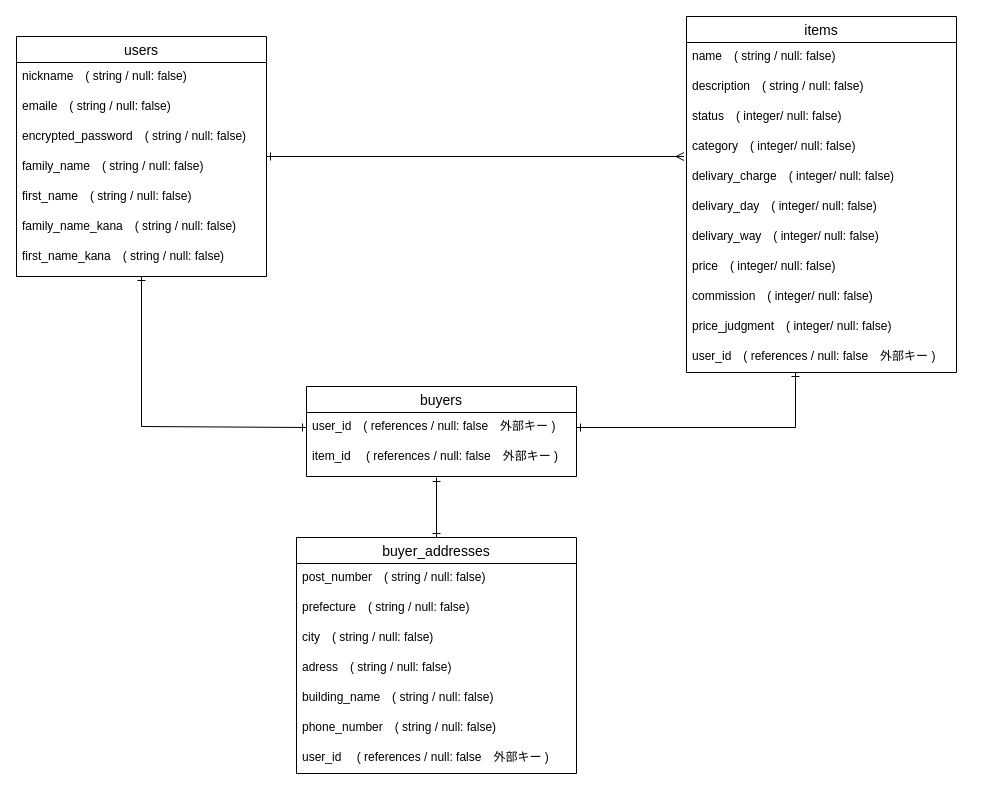
This is ER.dio from yusukeishi/furima-36740, a draw.io file, before an edit. Source tidied: cells renumbered, new cells numbered last; positions are measured from the earlier drawing's top-left corner, leaving out a move shared by most shapes. Both pictures are drawn from the tidied source at 100%, with x=0, y=0 at pixel (16, 16).
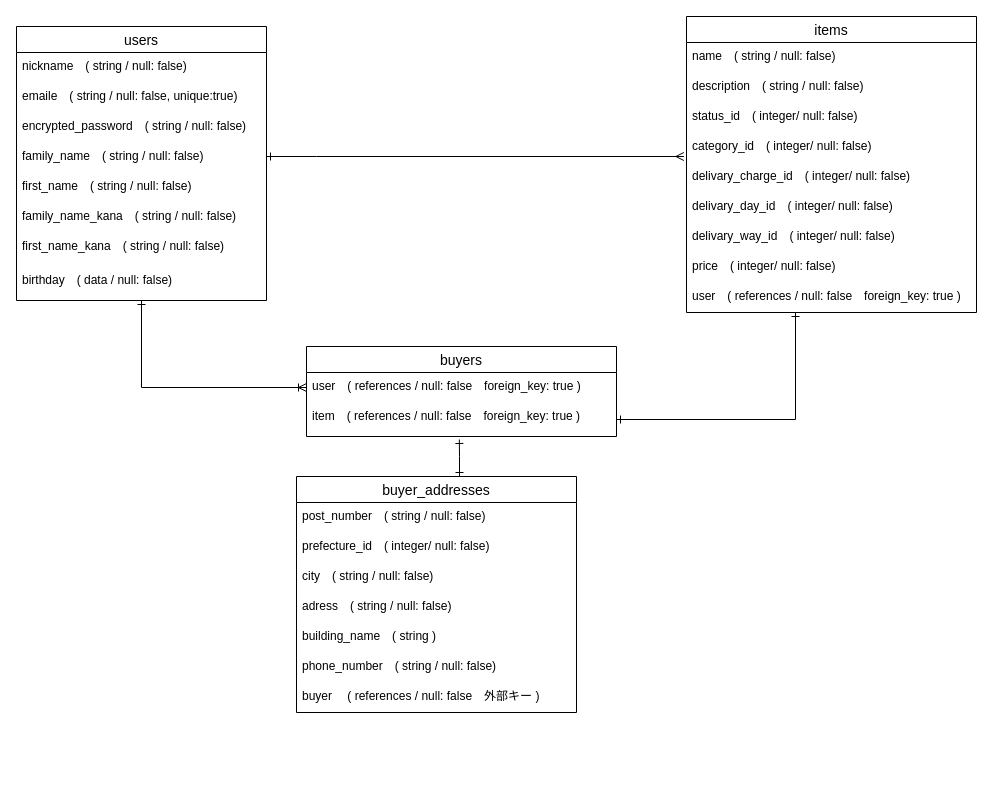
The same diagram, later.

Commit message (it also covers changes not shown here):
データベース作成　２

Diff of the diagram source:
```diff
@@
     <mxCell id="2" style="edgeStyle=orthogonalEdgeStyle;rounded=0;jettySize=auto;html=1;fontSize=14;endArrow=ERmany;endFill=0;entryX=-0.009;entryY=0.8;entryDx=0;entryDy=0;entryPerimeter=0;startArrow=ERone;startFill=0;" parent="1" edge="1" source="4" target="17">
-      <mxGeometry relative="1" as="geometry" />
+      <mxGeometry relative="1" as="geometry">
+        <Array as="points">
+          <mxPoint x="300" y="140" />
+          <mxPoint x="300" y="140" />
+        </Array>
+      </mxGeometry>
     </mxCell>
-    <mxCell id="3" style="edgeStyle=orthogonalEdgeStyle;rounded=0;jettySize=auto;html=1;fontSize=14;startArrow=ERone;startFill=0;endArrow=ERone;endFill=0;entryX=0;entryY=0.5;entryDx=0;entryDy=0;" parent="1" edge="1" source="4" target="35">
+    <mxCell id="3" style="edgeStyle=orthogonalEdgeStyle;rounded=0;jettySize=auto;html=1;fontSize=14;startArrow=ERone;startFill=0;endArrow=ERoneToMany;endFill=0;entryX=0;entryY=0.5;entryDx=0;entryDy=0;" parent="1" edge="1" source="4" target="35">
       <mxGeometry relative="1" as="geometry">
         <Array as="points">
-          <mxPoint x="125" y="410" />
+          <mxPoint x="125" y="371" />
         </Array>
       </mxGeometry>
     </mxCell>
     <mxCell id="4" value="users" style="swimlane;fontStyle=0;horizontal=1;startSize=26;align=center;fontSize=14;shadow=0;" parent="1" vertex="1">
-      <mxGeometry y="20" width="250" height="240" as="geometry" />
+      <mxGeometry y="10" width="250" height="274" as="geometry" />
     </mxCell>
@@
-    <mxCell id="6" value="emaile　( string / null: false)" style="text;strokeColor=none;fillColor=none;spacingLeft=4;spacingRight=4;overflow=hidden;fontSize=12;" parent="4" vertex="1">
+    <mxCell id="6" value="emaile　( string / null: false, unique:true)" style="text;strokeColor=none;fillColor=none;spacingLeft=4;spacingRight=4;overflow=hidden;fontSize=12;" parent="4" vertex="1">
       <mxGeometry y="56" width="250" height="30" as="geometry" />
     </mxCell>
@@
+    <mxCell id="37" value="birthday　( data / null: false)" style="text;strokeColor=none;fillColor=none;spacingLeft=4;spacingRight=4;overflow=hidden;fontSize=12;" parent="4" vertex="1">
+      <mxGeometry y="240" width="250" height="34" as="geometry" />
+    </mxCell>
-    <mxCell id="12" style="edgeStyle=orthogonalEdgeStyle;rounded=0;jettySize=auto;html=1;fontSize=14;startArrow=ERone;startFill=0;endArrow=ERone;endFill=0;entryX=1;entryY=0.5;entryDx=0;entryDy=0;" parent="1" edge="1" source="13" target="35">
+    <mxCell id="12" style="edgeStyle=orthogonalEdgeStyle;rounded=0;jettySize=auto;html=1;fontSize=14;startArrow=ERone;startFill=0;endArrow=ERone;endFill=0;entryX=1;entryY=0.5;entryDx=0;entryDy=0;" parent="1" edge="1" source="13" target="36">
       <mxGeometry relative="1" as="geometry">
         <Array as="points">
-          <mxPoint x="779" y="411" />
+          <mxPoint x="779" y="403" />
         </Array>
       </mxGeometry>
     </mxCell>
     <mxCell id="13" value="items" style="swimlane;fontStyle=0;horizontal=1;startSize=26;align=center;fontSize=14;shadow=0;" parent="1" vertex="1">
-      <mxGeometry x="670" width="270" height="356" as="geometry" />
+      <mxGeometry x="670" width="290" height="296" as="geometry" />
     </mxCell>
     <mxCell id="14" value="name　( string / null: false)" style="text;strokeColor=none;fillColor=none;spacingLeft=4;spacingRight=4;overflow=hidden;fontSize=12;" parent="13" vertex="1">
-      <mxGeometry y="26" width="270" height="30" as="geometry" />
+      <mxGeometry y="26" width="290" height="30" as="geometry" />
     </mxCell>
     <mxCell id="15" value="description　( string / null: false)" style="text;strokeColor=none;fillColor=none;spacingLeft=4;spacingRight=4;overflow=hidden;fontSize=12;" parent="13" vertex="1">
-      <mxGeometry y="56" width="270" height="30" as="geometry" />
+      <mxGeometry y="56" width="290" height="30" as="geometry" />
     </mxCell>
-    <mxCell id="16" value="status　( integer/ null: false)" style="text;strokeColor=none;fillColor=none;spacingLeft=4;spacingRight=4;overflow=hidden;fontSize=12;" parent="13" vertex="1">
-      <mxGeometry y="86" width="270" height="30" as="geometry" />
+    <mxCell id="16" value="status_id　( integer/ null: false)" style="text;strokeColor=none;fillColor=none;spacingLeft=4;spacingRight=4;overflow=hidden;fontSize=12;" parent="13" vertex="1">
+      <mxGeometry y="86" width="290" height="30" as="geometry" />
     </mxCell>
-    <mxCell id="17" value="category　( integer/ null: false)" style="text;strokeColor=none;fillColor=none;spacingLeft=4;spacingRight=4;overflow=hidden;points=[[0,0.5],[1,0.5]];portConstraint=eastwest;fontSize=12;" parent="13" vertex="1">
-      <mxGeometry y="116" width="270" height="30" as="geometry" />
+    <mxCell id="17" value="category_id　( integer/ null: false)" style="text;strokeColor=none;fillColor=none;spacingLeft=4;spacingRight=4;overflow=hidden;points=[[0,0.5],[1,0.5]];portConstraint=eastwest;fontSize=12;" parent="13" vertex="1">
+      <mxGeometry y="116" width="290" height="30" as="geometry" />
     </mxCell>
-    <mxCell id="18" value="delivary_charge　( integer/ null: false)&#10;　" style="text;strokeColor=none;fillColor=none;spacingLeft=4;spacingRight=4;overflow=hidden;fontSize=12;" parent="13" vertex="1">
-      <mxGeometry y="146" width="270" height="30" as="geometry" />
+    <mxCell id="18" value="delivary_charge_id　( integer/ null: false)&#10;　" style="text;strokeColor=none;fillColor=none;spacingLeft=4;spacingRight=4;overflow=hidden;fontSize=12;" parent="13" vertex="1">
+      <mxGeometry y="146" width="290" height="30" as="geometry" />
     </mxCell>
-    <mxCell id="19" value="delivary_day　( integer/ null: false)&#10;" style="text;strokeColor=none;fillColor=none;spacingLeft=4;spacingRight=4;overflow=hidden;fontSize=12;" parent="13" vertex="1">
-      <mxGeometry y="176" width="270" height="30" as="geometry" />
+    <mxCell id="19" value="delivary_day_id　( integer/ null: false)&#10;" style="text;strokeColor=none;fillColor=none;spacingLeft=4;spacingRight=4;overflow=hidden;fontSize=12;" parent="13" vertex="1">
+      <mxGeometry y="176" width="290" height="30" as="geometry" />
     </mxCell>
-    <mxCell id="20" value="delivary_way　( integer/ null: false)" style="text;strokeColor=none;fillColor=none;spacingLeft=4;spacingRight=4;overflow=hidden;fontSize=12;" parent="13" vertex="1">
-      <mxGeometry y="206" width="270" height="30" as="geometry" />
+    <mxCell id="20" value="delivary_way_id　( integer/ null: false)" style="text;strokeColor=none;fillColor=none;spacingLeft=4;spacingRight=4;overflow=hidden;fontSize=12;" parent="13" vertex="1">
+      <mxGeometry y="206" width="290" height="30" as="geometry" />
     </mxCell>
     <mxCell id="21" value="price　( integer/ null: false)" style="text;strokeColor=none;fillColor=none;spacingLeft=4;spacingRight=4;overflow=hidden;fontSize=12;" parent="13" vertex="1">
-      <mxGeometry y="236" width="270" height="30" as="geometry" />
+      <mxGeometry y="236" width="290" height="30" as="geometry" />
     </mxCell>
-    <mxCell id="22" value="commission　( integer/ null: false)" style="text;strokeColor=none;fillColor=none;spacingLeft=4;spacingRight=4;overflow=hidden;fontSize=12;" parent="13" vertex="1">
-      <mxGeometry y="266" width="270" height="30" as="geometry" />
-    </mxCell>
-    <mxCell id="23" value="price_judgment　( integer/ null: false)" style="text;strokeColor=none;fillColor=none;spacingLeft=4;spacingRight=4;overflow=hidden;fontSize=12;" parent="13" vertex="1">
-      <mxGeometry y="296" width="270" height="30" as="geometry" />
-    </mxCell>
-    <mxCell id="24" value="user_id　( references / null: false　外部キー )" style="text;strokeColor=none;fillColor=none;spacingLeft=4;spacingRight=4;overflow=hidden;fontSize=12;" parent="13" vertex="1">
-      <mxGeometry y="326" width="270" height="30" as="geometry" />
+    <mxCell id="24" value="user　( references / null: false　foreign_key: true )" style="text;strokeColor=none;fillColor=none;spacingLeft=4;spacingRight=4;overflow=hidden;fontSize=12;" parent="13" vertex="1">
+      <mxGeometry y="266" width="290" height="30" as="geometry" />
     </mxCell>
-    <mxCell id="25" style="edgeStyle=orthogonalEdgeStyle;rounded=0;jettySize=auto;html=1;fontSize=14;startArrow=ERone;startFill=0;endArrow=ERone;endFill=0;" parent="1" edge="1" source="26">
+    <mxCell id="25" style="edgeStyle=orthogonalEdgeStyle;rounded=0;jettySize=auto;html=1;fontSize=14;startArrow=ERone;startFill=0;endArrow=ERone;endFill=0;entryX=0.493;entryY=1.088;entryDx=0;entryDy=0;entryPerimeter=0;" parent="1" edge="1" source="26" target="36">
       <mxGeometry relative="1" as="geometry">
-        <mxPoint x="420" y="461" as="targetPoint" />
+        <Array as="points">
+          <mxPoint x="443" y="440" />
+          <mxPoint x="443" y="440" />
+        </Array>
       </mxGeometry>
     </mxCell>
     <mxCell id="26" value="buyer_addresses" style="swimlane;fontStyle=0;horizontal=1;startSize=26;align=center;fontSize=14;shadow=0;" parent="1" vertex="1">
-      <mxGeometry x="280" y="521" width="280" height="236" as="geometry" />
+      <mxGeometry x="280" y="460" width="280" height="236" as="geometry" />
     </mxCell>
@@
-    <mxCell id="28" value="prefecture　( string / null: false)" style="text;strokeColor=none;fillColor=none;spacingLeft=4;spacingRight=4;overflow=hidden;fontSize=12;" parent="26" vertex="1">
+    <mxCell id="28" value="prefecture_id　( integer/ null: false)" style="text;strokeColor=none;fillColor=none;spacingLeft=4;spacingRight=4;overflow=hidden;fontSize=12;" parent="26" vertex="1">
       <mxGeometry y="56" width="280" height="30" as="geometry" />
     </mxCell>
@@
-    <mxCell id="31" value="building_name　( string / null: false)" style="text;strokeColor=none;fillColor=none;spacingLeft=4;spacingRight=4;overflow=hidden;fontSize=12;" parent="26" vertex="1">
+    <mxCell id="31" value="building_name　( string )" style="text;strokeColor=none;fillColor=none;spacingLeft=4;spacingRight=4;overflow=hidden;fontSize=12;" parent="26" vertex="1">
       <mxGeometry y="146" width="280" height="30" as="geometry" />
     </mxCell>
@@
-    <mxCell id="33" value="user_id 　( references / null: false　外部キー )" style="text;strokeColor=none;fillColor=none;spacingLeft=4;spacingRight=4;overflow=hidden;fontSize=12;" parent="26" vertex="1">
+    <mxCell id="33" value="buyer 　( references / null: false　外部キー )" style="text;strokeColor=none;fillColor=none;spacingLeft=4;spacingRight=4;overflow=hidden;fontSize=12;" parent="26" vertex="1">
       <mxGeometry y="206" width="280" height="30" as="geometry" />
     </mxCell>
     <mxCell id="34" value="buyers" style="swimlane;fontStyle=0;horizontal=1;startSize=26;align=center;fontSize=14;shadow=0;" parent="1" vertex="1">
-      <mxGeometry x="290" y="370" width="270" height="90" as="geometry" />
+      <mxGeometry x="290" y="330" width="310" height="90" as="geometry" />
     </mxCell>
-    <mxCell id="35" value="user_id　( references / null: false　外部キー )" style="text;strokeColor=none;fillColor=none;spacingLeft=4;spacingRight=4;overflow=hidden;points=[[0,0.5],[1,0.5]];portConstraint=eastwest;fontSize=12;" parent="34" vertex="1">
-      <mxGeometry y="26" width="270" height="30" as="geometry" />
+    <mxCell id="35" value="user　( references / null: false　foreign_key: true )" style="text;strokeColor=none;fillColor=none;spacingLeft=4;spacingRight=4;overflow=hidden;points=[[0,0.5],[1,0.5]];portConstraint=eastwest;fontSize=12;" parent="34" vertex="1">
+      <mxGeometry y="26" width="310" height="30" as="geometry" />
     </mxCell>
-    <mxCell id="36" value="item_id 　( references / null: false　外部キー )" style="text;strokeColor=none;fillColor=none;spacingLeft=4;spacingRight=4;overflow=hidden;points=[[0,0.5],[1,0.5]];portConstraint=eastwest;fontSize=12;" parent="34" vertex="1">
-      <mxGeometry y="56" width="270" height="34" as="geometry" />
+    <mxCell id="36" value="item　( references / null: false　foreign_key: true )" style="text;strokeColor=none;fillColor=none;spacingLeft=4;spacingRight=4;overflow=hidden;points=[[0,0.5],[1,0.5]];portConstraint=eastwest;fontSize=12;" parent="34" vertex="1">
+      <mxGeometry y="56" width="310" height="34" as="geometry" />
     </mxCell>
```
